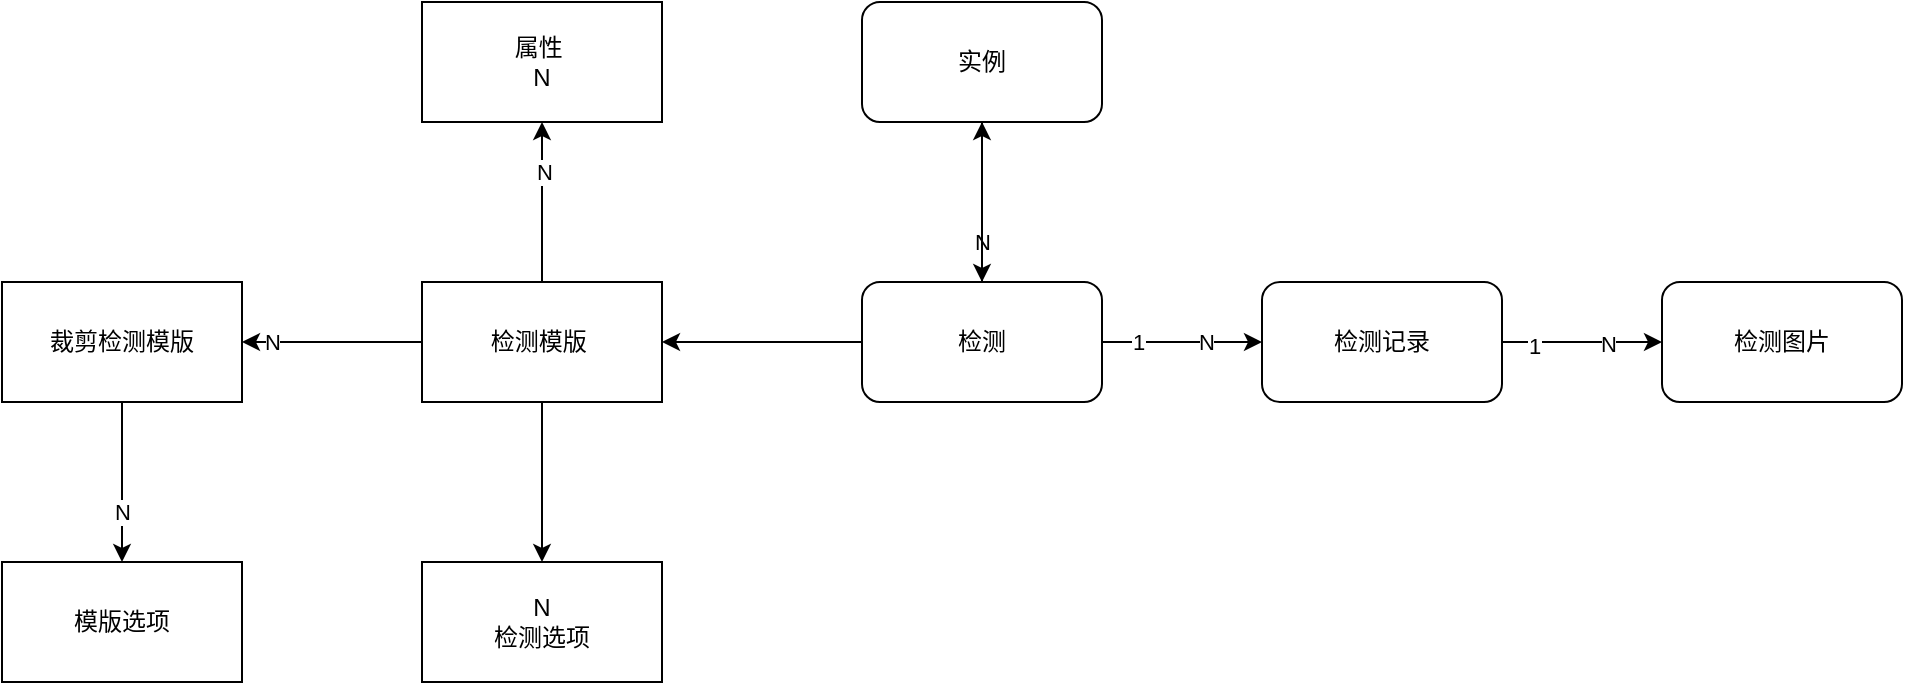
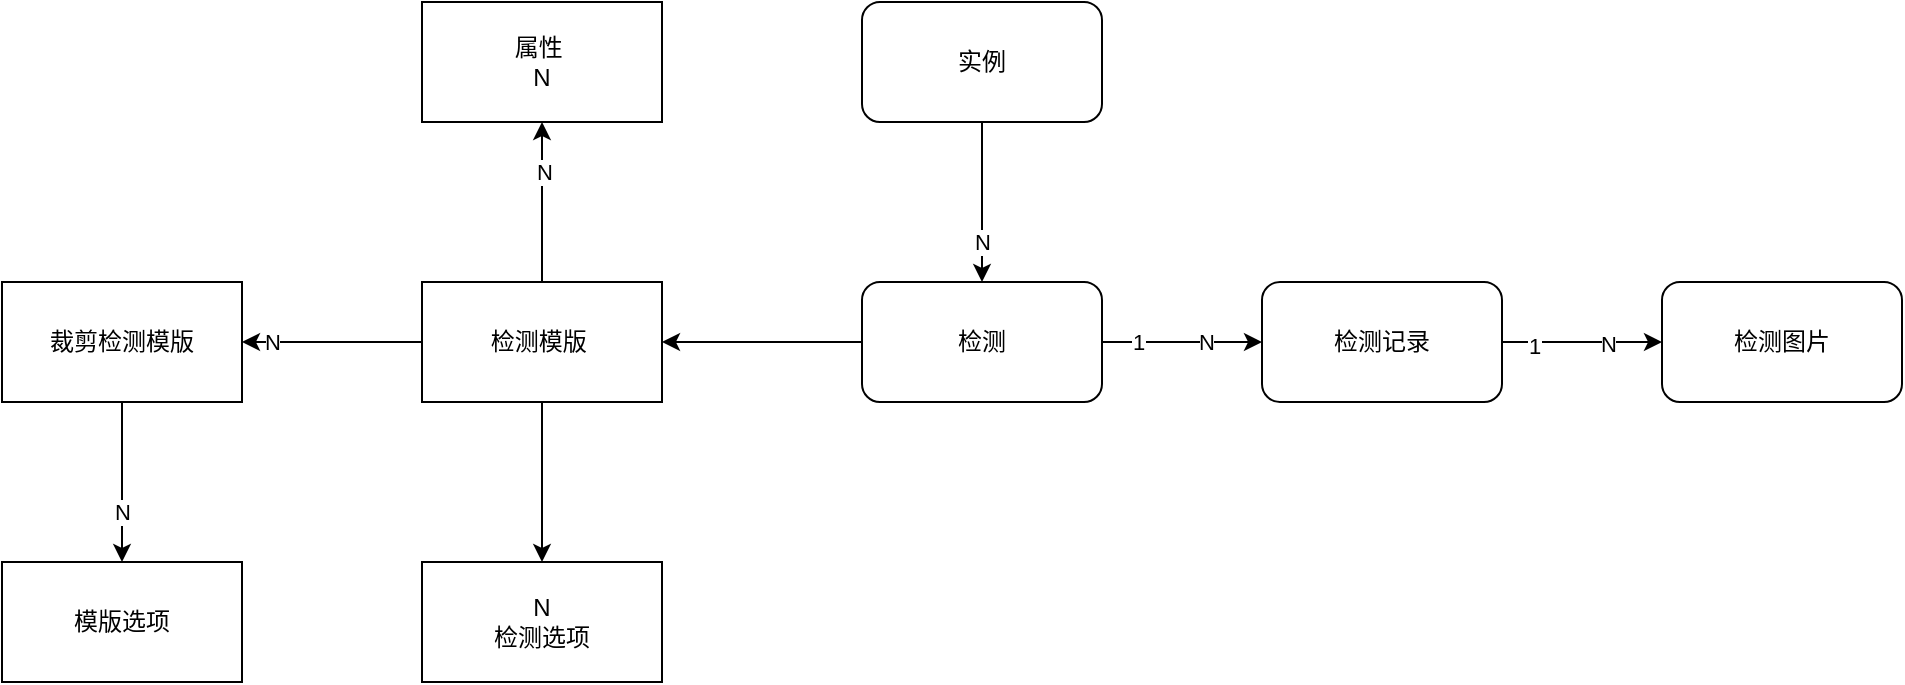
<mxfile host="app.diagrams.net">
  <diagram name="第 1 页" id="LA-jy7n6BKZQzUcaMMq-">
    <mxGraphModel dx="2072" dy="689" grid="1" gridSize="10" guides="1" tooltips="1" connect="1" arrows="1" fold="1" page="1" pageScale="1" pageWidth="827" pageHeight="1169" math="0" shadow="0">
      <root>
        <mxCell id="0" />
        <mxCell id="1" parent="0" />
        <mxCell id="AmzQcyvE6vDkLWidxVXR-7" edge="1" parent="1" source="AmzQcyvE6vDkLWidxVXR-1" style="edgeStyle=orthogonalEdgeStyle;rounded=0;orthogonalLoop=1;jettySize=auto;html=1;" target="AmzQcyvE6vDkLWidxVXR-6" value="">
          <mxGeometry relative="1" as="geometry" />
        </mxCell>
        <mxCell id="yKbhPn4r4hcxx-XKSXkL-19" connectable="0" parent="AmzQcyvE6vDkLWidxVXR-7" style="edgeLabel;html=1;align=center;verticalAlign=middle;resizable=0;points=[];" value="N" vertex="1">
          <mxGeometry relative="1" x="0.375" y="-1" as="geometry">
            <mxPoint as="offset" />
          </mxGeometry>
        </mxCell>
        <mxCell id="AmzQcyvE6vDkLWidxVXR-9" edge="1" parent="1" source="AmzQcyvE6vDkLWidxVXR-1" style="edgeStyle=orthogonalEdgeStyle;rounded=0;orthogonalLoop=1;jettySize=auto;html=1;" target="AmzQcyvE6vDkLWidxVXR-8" value="">
          <mxGeometry relative="1" as="geometry" />
        </mxCell>
        <mxCell id="yKbhPn4r4hcxx-XKSXkL-20" connectable="0" parent="AmzQcyvE6vDkLWidxVXR-9" style="edgeLabel;html=1;align=center;verticalAlign=middle;resizable=0;points=[];" value="N" vertex="1">
          <mxGeometry relative="1" x="0.6667" as="geometry">
            <mxPoint as="offset" />
          </mxGeometry>
        </mxCell>
        <mxCell id="yKbhPn4r4hcxx-XKSXkL-2" edge="1" parent="1" source="AmzQcyvE6vDkLWidxVXR-1" style="edgeStyle=orthogonalEdgeStyle;rounded=0;orthogonalLoop=1;jettySize=auto;html=1;" target="yKbhPn4r4hcxx-XKSXkL-1" value="">
          <mxGeometry relative="1" as="geometry" />
        </mxCell>
        <mxCell id="AmzQcyvE6vDkLWidxVXR-1" parent="1" style="rounded=0;whiteSpace=wrap;html=1;" value="检测模版&amp;nbsp;" vertex="1">
          <mxGeometry height="60" width="120" x="60" y="300" as="geometry" />
        </mxCell>
        <mxCell id="AmzQcyvE6vDkLWidxVXR-6" parent="1" style="whiteSpace=wrap;html=1;rounded=0;" value="属性&amp;nbsp;&lt;br&gt;N" vertex="1">
          <mxGeometry height="60" width="120" x="60" y="160" as="geometry" />
        </mxCell>
        <mxCell id="yKbhPn4r4hcxx-XKSXkL-22" edge="1" parent="1" source="AmzQcyvE6vDkLWidxVXR-8" style="edgeStyle=orthogonalEdgeStyle;rounded=0;orthogonalLoop=1;jettySize=auto;html=1;" target="yKbhPn4r4hcxx-XKSXkL-21" value="">
          <mxGeometry relative="1" as="geometry" />
        </mxCell>
        <mxCell id="yKbhPn4r4hcxx-XKSXkL-23" connectable="0" parent="yKbhPn4r4hcxx-XKSXkL-22" style="edgeLabel;html=1;align=center;verticalAlign=middle;resizable=0;points=[];" value="N" vertex="1">
          <mxGeometry relative="1" x="0.375" as="geometry">
            <mxPoint as="offset" />
          </mxGeometry>
        </mxCell>
        <mxCell id="AmzQcyvE6vDkLWidxVXR-8" parent="1" style="whiteSpace=wrap;html=1;rounded=0;" value="裁剪检测模版" vertex="1">
          <mxGeometry height="60" width="120" x="-150" y="300" as="geometry" />
        </mxCell>
        <mxCell id="yKbhPn4r4hcxx-XKSXkL-1" parent="1" style="whiteSpace=wrap;html=1;rounded=0;" value="N&lt;br&gt;检测选项" vertex="1">
          <mxGeometry height="60" width="120" x="60" y="440" as="geometry" />
        </mxCell>
        <mxCell id="yKbhPn4r4hcxx-XKSXkL-5" edge="1" parent="1" source="yKbhPn4r4hcxx-XKSXkL-3" style="edgeStyle=orthogonalEdgeStyle;rounded=0;orthogonalLoop=1;jettySize=auto;html=1;" target="yKbhPn4r4hcxx-XKSXkL-4" value="">
          <mxGeometry relative="1" as="geometry" />
        </mxCell>
        <mxCell id="yKbhPn4r4hcxx-XKSXkL-17" connectable="0" parent="yKbhPn4r4hcxx-XKSXkL-5" style="edgeLabel;html=1;align=center;verticalAlign=middle;resizable=0;points=[];" value="N" vertex="1">
          <mxGeometry relative="1" x="0.3625" y="3" as="geometry">
            <mxPoint x="-3" y="5" as="offset" />
          </mxGeometry>
        </mxCell>
        <mxCell id="yKbhPn4r4hcxx-XKSXkL-3" parent="1" style="rounded=1;whiteSpace=wrap;html=1;" value="实例" vertex="1">
          <mxGeometry height="60" width="120" x="280" y="160" as="geometry" />
        </mxCell>
        <mxCell id="yKbhPn4r4hcxx-XKSXkL-7" edge="1" parent="1" source="yKbhPn4r4hcxx-XKSXkL-4" style="edgeStyle=orthogonalEdgeStyle;rounded=0;orthogonalLoop=1;jettySize=auto;html=1;" target="AmzQcyvE6vDkLWidxVXR-1" value="">
          <mxGeometry relative="1" as="geometry" />
        </mxCell>
        <mxCell id="yKbhPn4r4hcxx-XKSXkL-9" edge="1" parent="1" source="yKbhPn4r4hcxx-XKSXkL-4" style="edgeStyle=orthogonalEdgeStyle;rounded=0;orthogonalLoop=1;jettySize=auto;html=1;" target="yKbhPn4r4hcxx-XKSXkL-8" value="">
          <mxGeometry relative="1" as="geometry" />
        </mxCell>
        <mxCell id="yKbhPn4r4hcxx-XKSXkL-12" connectable="0" parent="yKbhPn4r4hcxx-XKSXkL-9" style="edgeLabel;html=1;align=center;verticalAlign=middle;resizable=0;points=[];" value="N" vertex="1">
          <mxGeometry relative="1" x="0.3" y="1" as="geometry">
            <mxPoint y="1" as="offset" />
          </mxGeometry>
        </mxCell>
        <mxCell id="yKbhPn4r4hcxx-XKSXkL-14" connectable="0" parent="yKbhPn4r4hcxx-XKSXkL-9" style="edgeLabel;html=1;align=center;verticalAlign=middle;resizable=0;points=[];" value="1" vertex="1">
          <mxGeometry relative="1" x="-0.55" y="1" as="geometry">
            <mxPoint y="1" as="offset" />
          </mxGeometry>
        </mxCell>
-         <mxCell id="yKbhPn4r4hcxx-XKSXkL-18" edge="1" parent="1" source="yKbhPn4r4hcxx-XKSXkL-4" style="edgeStyle=orthogonalEdgeStyle;rounded=0;orthogonalLoop=1;jettySize=auto;html=1;" target="yKbhPn4r4hcxx-XKSXkL-3" value="">
-           <mxGeometry relative="1" as="geometry" />
-         </mxCell>
        <mxCell id="yKbhPn4r4hcxx-XKSXkL-4" parent="1" style="whiteSpace=wrap;html=1;rounded=1;" value="检测" vertex="1">
          <mxGeometry height="60" width="120" x="280" y="300" as="geometry" />
        </mxCell>
        <mxCell id="yKbhPn4r4hcxx-XKSXkL-11" edge="1" parent="1" source="yKbhPn4r4hcxx-XKSXkL-8" style="edgeStyle=orthogonalEdgeStyle;rounded=0;orthogonalLoop=1;jettySize=auto;html=1;" target="yKbhPn4r4hcxx-XKSXkL-10" value="">
          <mxGeometry relative="1" as="geometry" />
        </mxCell>
        <mxCell id="yKbhPn4r4hcxx-XKSXkL-15" connectable="0" parent="yKbhPn4r4hcxx-XKSXkL-11" style="edgeLabel;html=1;align=center;verticalAlign=middle;resizable=0;points=[];" value="1" vertex="1">
          <mxGeometry relative="1" x="-0.6" y="-1" as="geometry">
            <mxPoint y="1" as="offset" />
          </mxGeometry>
        </mxCell>
        <mxCell id="yKbhPn4r4hcxx-XKSXkL-16" connectable="0" parent="yKbhPn4r4hcxx-XKSXkL-11" style="edgeLabel;html=1;align=center;verticalAlign=middle;resizable=0;points=[];" value="N" vertex="1">
          <mxGeometry relative="1" x="0.325" as="geometry">
            <mxPoint y="1" as="offset" />
          </mxGeometry>
        </mxCell>
        <mxCell id="yKbhPn4r4hcxx-XKSXkL-8" parent="1" style="whiteSpace=wrap;html=1;rounded=1;" value="检测记录" vertex="1">
          <mxGeometry height="60" width="120" x="480" y="300" as="geometry" />
        </mxCell>
        <mxCell id="yKbhPn4r4hcxx-XKSXkL-10" parent="1" style="whiteSpace=wrap;html=1;rounded=1;" value="检测图片" vertex="1">
          <mxGeometry height="60" width="120" x="680" y="300" as="geometry" />
        </mxCell>
        <mxCell id="yKbhPn4r4hcxx-XKSXkL-21" parent="1" style="whiteSpace=wrap;html=1;rounded=0;" value="模版选项" vertex="1">
          <mxGeometry height="60" width="120" x="-150" y="440" as="geometry" />
        </mxCell>
      </root>
    </mxGraphModel>
  </diagram>
</mxfile>
